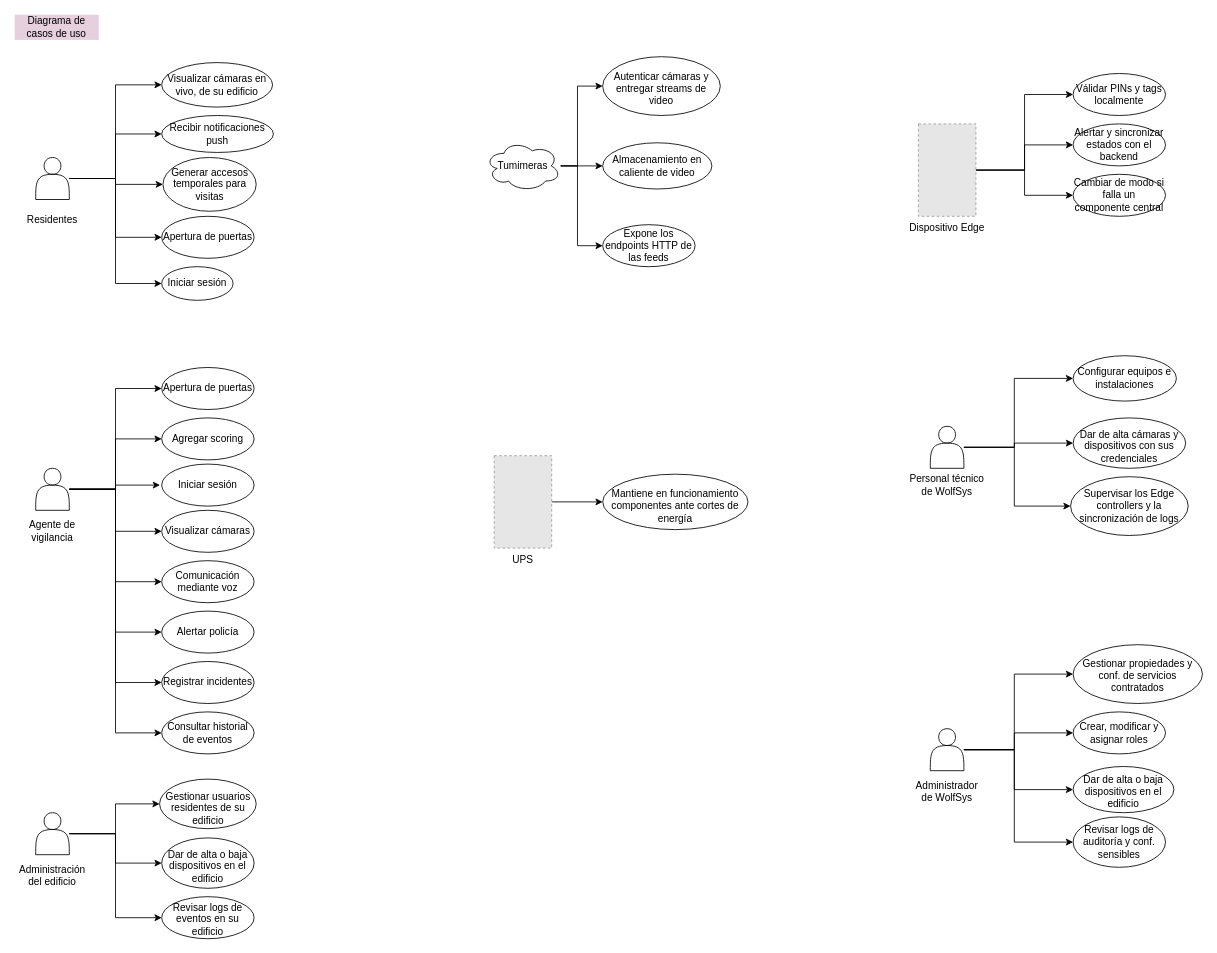
Above: Documentación de la arquitectura/Diagramas/Editables-drawio/Diagrama-de-casos-de-uso.drawio in LIMoreno04/Caso-de-estudio---WolfSys---Arquitectura (draw.io), before the change. Source tidied: cells renumbered, new cells numbered last; positions are measured from the earlier drawing's top-left corner, leaving out a move shared by most shapes. Both pictures are drawn from the tidied source at 84%, with x=0, y=0 at pixel (14, 14). Pictures stored in the file or linked from it are replaced by grey dashed boxes.
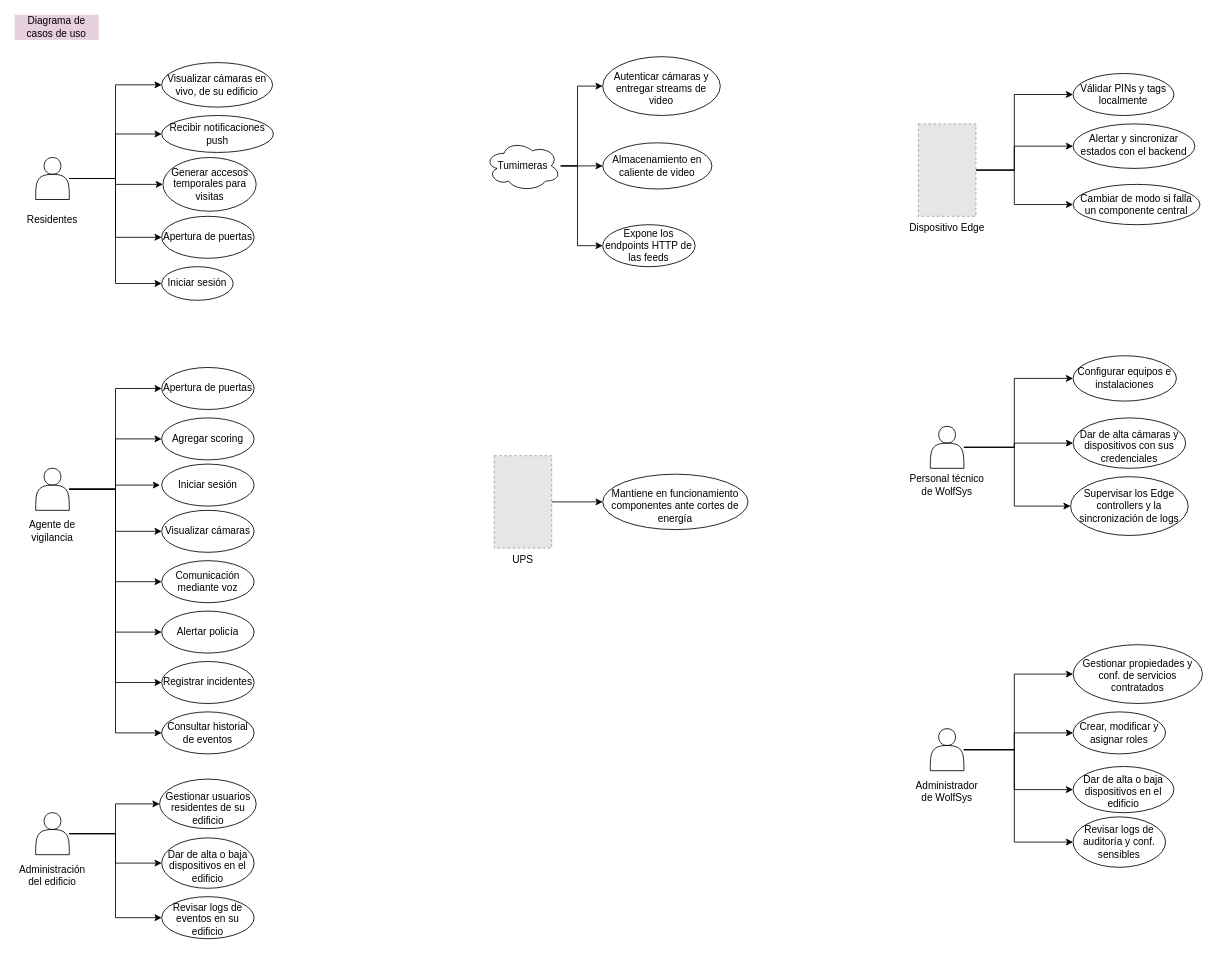
The same page after the edit.

Commit message (it also covers changes not shown here):
detalles en el diagrama de casos de uso

The change refers to these unchanged cells:
```xml
<mxCell id="19" value="Dispositivo Edge" style="fillColor=#E6E6E6;strokeColor=#999999;dashed=1;verticalLabelPosition=bottom;labelBackgroundColor=default;verticalAlign=top;" parent="1" vertex="1">
  <mxGeometry x="1075.8" y="130" width="68.5" height="110" as="geometry" />
</mxCell>
```

The edit, as a diff of the source:
```diff
@@
     <mxCell id="15" value="Válidar PINs y tags localmente" style="ellipse;whiteSpace=wrap;html=1;" parent="1" vertex="1">
-      <mxGeometry x="1260" y="70" width="110" height="50" as="geometry" />
+      <mxGeometry x="1260" y="70" width="120" height="50" as="geometry" />
     </mxCell>
     <mxCell id="16" style="edgeStyle=orthogonalEdgeStyle;rounded=0;jettySize=auto;html=1;entryX=0;entryY=0.5;entryDx=0;entryDy=0;" parent="1" edge="1" source="19" target="15">
-      <mxGeometry relative="1" as="geometry" />
+      <mxGeometry relative="1" as="geometry">
+        <Array as="points">
+          <mxPoint x="1190" y="185" />
+          <mxPoint x="1190" y="95" />
+        </Array>
+      </mxGeometry>
     </mxCell>
     <mxCell id="17" style="edgeStyle=orthogonalEdgeStyle;rounded=0;jettySize=auto;html=1;entryX=0;entryY=0.5;entryDx=0;entryDy=0;" parent="1" edge="1" source="19" target="20">
-      <mxGeometry relative="1" as="geometry" />
+      <mxGeometry relative="1" as="geometry">
+        <Array as="points">
+          <mxPoint x="1190" y="185" />
+          <mxPoint x="1190" y="157" />
+        </Array>
+      </mxGeometry>
     </mxCell>
     <mxCell id="18" style="edgeStyle=orthogonalEdgeStyle;rounded=0;jettySize=auto;html=1;entryX=0;entryY=0.5;entryDx=0;entryDy=0;" parent="1" edge="1" source="19" target="21">
-      <mxGeometry relative="1" as="geometry" />
+      <mxGeometry relative="1" as="geometry">
+        <Array as="points">
+          <mxPoint x="1190" y="185" />
+          <mxPoint x="1190" y="226" />
+        </Array>
+      </mxGeometry>
     </mxCell>
@@
-    <mxCell id="20" value="Alertar y sincronizar estados con el backend" style="ellipse;whiteSpace=wrap;html=1;" parent="1" vertex="1">
-      <mxGeometry x="1260" y="130" width="110" height="50" as="geometry" />
+    <mxCell id="20" value="Alertar y sincronizar estados con el backend" style="ellipse;whiteSpace=wrap;html=1;spacingTop=-4;" parent="1" vertex="1">
+      <mxGeometry x="1260" y="130" width="145" height="53" as="geometry" />
     </mxCell>
     <mxCell id="21" value="Cambiar de modo si falla un componente central" style="ellipse;whiteSpace=wrap;html=1;" parent="1" vertex="1">
-      <mxGeometry x="1260" y="190" width="110" height="50" as="geometry" />
+      <mxGeometry x="1260" y="202" width="151" height="48" as="geometry" />
     </mxCell>
```
